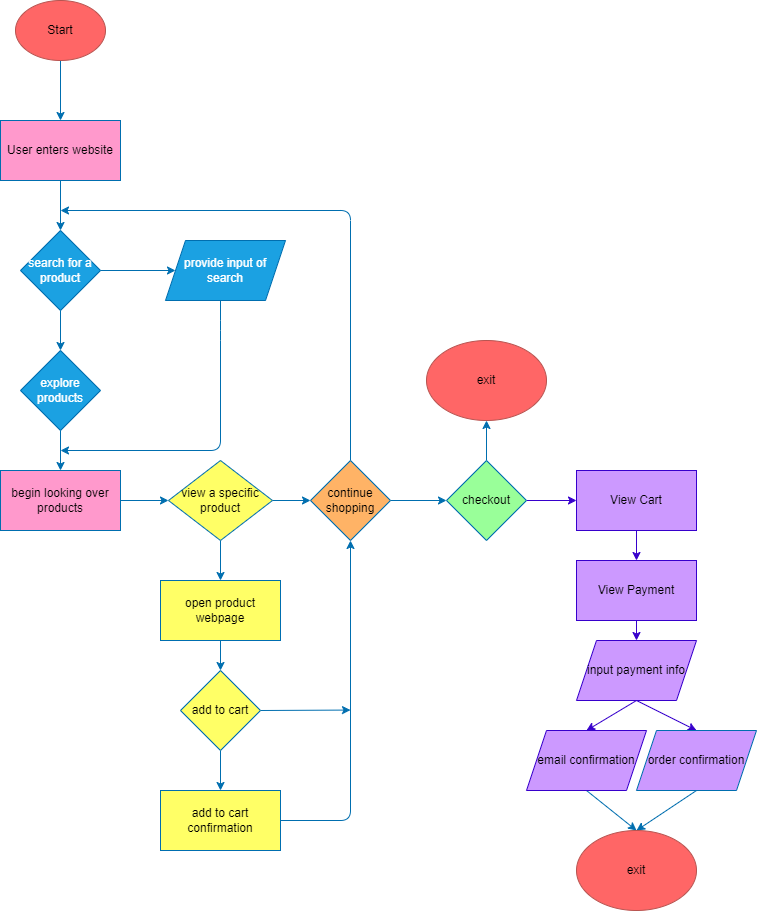
The draw.io diagram explore/diagramming/diagram.drawio.png in kieraliz/sp24-cse110-lab4, before a commit. Source tidied: cells renumbered, new cells last; positions are measured from the earlier drawing's top-left corner, leaving out a move shared by most shapes.
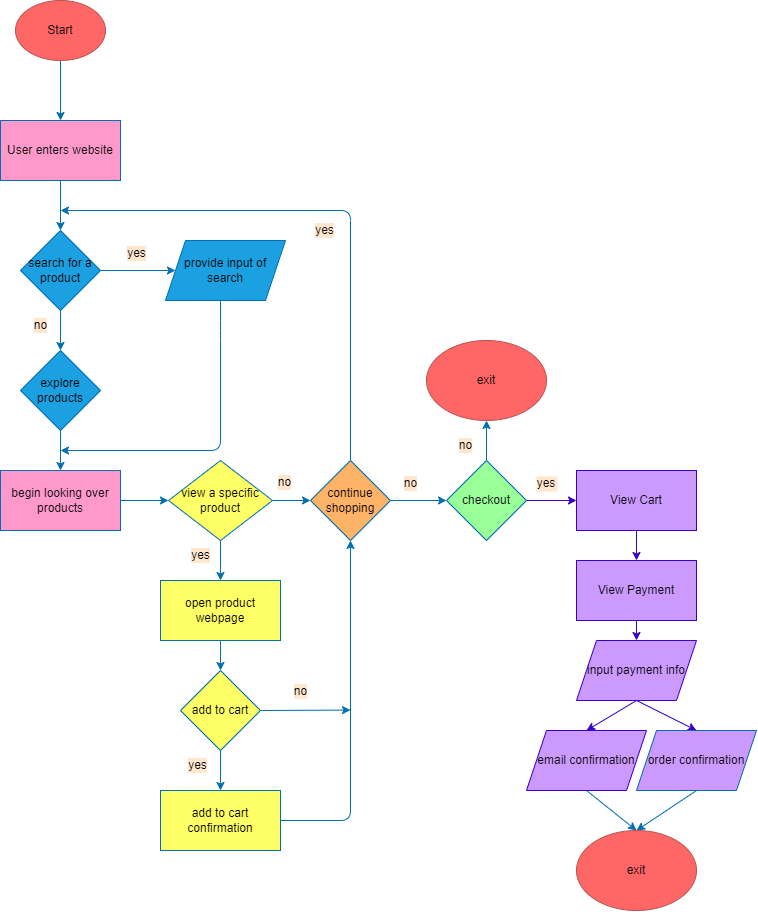
Later version of the same file.

Diff of the diagram source:
```diff
@@ -2,34 +2,34 @@
   <root>
     <mxCell id="0" />
     <mxCell id="1" parent="0" />
-    <mxCell id="2" style="edgeStyle=none;html=1;exitX=0.5;exitY=1;exitDx=0;exitDy=0;entryX=0.5;entryY=0;entryDx=0;entryDy=0;fillColor=#1ba1e2;strokeColor=#006EAF;" parent="1" edge="1" source="3" target="5">
+    <mxCell id="2" style="edgeStyle=none;html=1;exitX=0.5;exitY=1;exitDx=0;exitDy=0;entryX=0.5;entryY=0;entryDx=0;entryDy=0;fillColor=#1ba1e2;strokeColor=#006EAF;fontColor=#000000;" parent="1" edge="1" source="3" target="5">
       <mxGeometry relative="1" as="geometry" />
     </mxCell>
     <mxCell id="3" value="Start" style="ellipse;whiteSpace=wrap;html=1;fillColor=#FF6666;strokeColor=#b85450;fontColor=#000000;" parent="1" vertex="1">
       <mxGeometry x="15" width="90" height="60" as="geometry" />
     </mxCell>
-    <mxCell id="4" style="edgeStyle=none;html=1;exitX=0.5;exitY=1;exitDx=0;exitDy=0;entryX=0.5;entryY=0;entryDx=0;entryDy=0;fillColor=#1ba1e2;strokeColor=#006EAF;" parent="1" edge="1" source="5" target="8">
+    <mxCell id="4" style="edgeStyle=none;html=1;exitX=0.5;exitY=1;exitDx=0;exitDy=0;entryX=0.5;entryY=0;entryDx=0;entryDy=0;fillColor=#1ba1e2;strokeColor=#006EAF;fontColor=#000000;" parent="1" edge="1" source="5" target="8">
       <mxGeometry relative="1" as="geometry" />
     </mxCell>
     <mxCell id="5" value="User enters website" style="rounded=0;whiteSpace=wrap;html=1;fillColor=#FF99CC;fontColor=#000000;strokeColor=#006EAF;" parent="1" vertex="1">
       <mxGeometry y="120" width="120" height="60" as="geometry" />
     </mxCell>
-    <mxCell id="6" style="edgeStyle=none;html=1;exitX=0.5;exitY=1;exitDx=0;exitDy=0;entryX=0.5;entryY=0;entryDx=0;entryDy=0;fillColor=#1ba1e2;strokeColor=#006EAF;" parent="1" edge="1" source="8" target="10">
+    <mxCell id="6" style="edgeStyle=none;html=1;exitX=0.5;exitY=1;exitDx=0;exitDy=0;entryX=0.5;entryY=0;entryDx=0;entryDy=0;fillColor=#1ba1e2;strokeColor=#006EAF;fontColor=#000000;" parent="1" edge="1" source="8" target="10">
       <mxGeometry relative="1" as="geometry" />
     </mxCell>
-    <mxCell id="7" style="edgeStyle=none;html=1;exitX=1;exitY=0.5;exitDx=0;exitDy=0;entryX=0;entryY=0.5;entryDx=0;entryDy=0;fillColor=#1ba1e2;strokeColor=#006EAF;" parent="1" edge="1" source="8" target="49">
+    <mxCell id="7" style="edgeStyle=none;html=1;exitX=1;exitY=0.5;exitDx=0;exitDy=0;entryX=0;entryY=0.5;entryDx=0;entryDy=0;fillColor=#1ba1e2;strokeColor=#006EAF;fontColor=#000000;" parent="1" edge="1" source="8" target="49">
       <mxGeometry relative="1" as="geometry" />
     </mxCell>
-    <mxCell id="8" value="search for a product" style="rhombus;whiteSpace=wrap;html=1;fillColor=#1ba1e2;fontColor=#ffffff;strokeColor=#006EAF;" parent="1" vertex="1">
+    <mxCell id="8" value="search for a product" style="rhombus;whiteSpace=wrap;html=1;fillColor=#1ba1e2;fontColor=#000000;strokeColor=#006EAF;" parent="1" vertex="1">
       <mxGeometry x="20" y="230" width="80" height="80" as="geometry" />
     </mxCell>
-    <mxCell id="9" style="edgeStyle=none;html=1;exitX=0.5;exitY=1;exitDx=0;exitDy=0;entryX=0.5;entryY=0;entryDx=0;entryDy=0;fillColor=#1ba1e2;strokeColor=#006EAF;" parent="1" edge="1" source="10" target="14">
+    <mxCell id="9" style="edgeStyle=none;html=1;exitX=0.5;exitY=1;exitDx=0;exitDy=0;entryX=0.5;entryY=0;entryDx=0;entryDy=0;fillColor=#1ba1e2;strokeColor=#006EAF;fontColor=#000000;" parent="1" edge="1" source="10" target="14">
       <mxGeometry relative="1" as="geometry" />
     </mxCell>
-    <mxCell id="10" value="explore products" style="rhombus;whiteSpace=wrap;html=1;fillColor=#1ba1e2;fontColor=#ffffff;strokeColor=#006EAF;" parent="1" vertex="1">
+    <mxCell id="10" value="explore products" style="rhombus;whiteSpace=wrap;html=1;fillColor=#1ba1e2;fontColor=#000000;strokeColor=#006EAF;" parent="1" vertex="1">
       <mxGeometry x="20" y="350" width="80" height="80" as="geometry" />
     </mxCell>
-    <mxCell id="11" style="edgeStyle=none;html=1;exitX=0.5;exitY=1;exitDx=0;exitDy=0;fillColor=#1ba1e2;strokeColor=#006EAF;" parent="1" edge="1">
+    <mxCell id="11" style="edgeStyle=none;html=1;exitX=0.5;exitY=1;exitDx=0;exitDy=0;fillColor=#1ba1e2;strokeColor=#006EAF;fontColor=#000000;" parent="1" edge="1">
       <mxGeometry relative="1" as="geometry">
         <mxPoint x="220" y="300" as="sourcePoint" />
         <mxPoint x="60" y="450" as="targetPoint" />
@@ -39,34 +39,34 @@
         </Array>
       </mxGeometry>
     </mxCell>
-    <mxCell id="12" value="yes" style="text;html=1;align=center;verticalAlign=middle;strokeColor=none;fillColor=none;fontColor=#ffffff;" parent="1" vertex="1">
+    <mxCell id="12" value="yes" style="text;html=1;align=center;verticalAlign=middle;strokeColor=none;fillColor=none;fontColor=#000000;labelBackgroundColor=#FFE6CC;" parent="1" vertex="1">
       <mxGeometry x="116" y="238" width="40" height="30" as="geometry" />
     </mxCell>
-    <mxCell id="13" style="edgeStyle=none;html=1;exitX=1;exitY=0.5;exitDx=0;exitDy=0;entryX=0;entryY=0.5;entryDx=0;entryDy=0;fillColor=#1ba1e2;strokeColor=#006EAF;" parent="1" edge="1" source="14" target="17">
+    <mxCell id="13" style="edgeStyle=none;html=1;exitX=1;exitY=0.5;exitDx=0;exitDy=0;entryX=0;entryY=0.5;entryDx=0;entryDy=0;fillColor=#1ba1e2;strokeColor=#006EAF;fontColor=#000000;" parent="1" edge="1" source="14" target="17">
       <mxGeometry relative="1" as="geometry" />
     </mxCell>
     <mxCell id="14" value="begin looking over products" style="rounded=0;whiteSpace=wrap;html=1;fillColor=#FF99CC;fontColor=#000000;strokeColor=#006EAF;" parent="1" vertex="1">
       <mxGeometry y="470" width="120" height="60" as="geometry" />
     </mxCell>
-    <mxCell id="15" style="edgeStyle=none;html=1;exitX=0.5;exitY=1;exitDx=0;exitDy=0;fillColor=#1ba1e2;strokeColor=#006EAF;" parent="1" edge="1" source="17" target="20">
+    <mxCell id="15" style="edgeStyle=none;html=1;exitX=0.5;exitY=1;exitDx=0;exitDy=0;fillColor=#1ba1e2;strokeColor=#006EAF;fontColor=#000000;" parent="1" edge="1" source="17" target="20">
       <mxGeometry relative="1" as="geometry" />
     </mxCell>
-    <mxCell id="16" style="edgeStyle=none;html=1;exitX=1;exitY=0.5;exitDx=0;exitDy=0;entryX=0;entryY=0.5;entryDx=0;entryDy=0;fillColor=#1ba1e2;strokeColor=#006EAF;" parent="1" edge="1" source="17" target="41">
+    <mxCell id="16" style="edgeStyle=none;html=1;exitX=1;exitY=0.5;exitDx=0;exitDy=0;entryX=0;entryY=0.5;entryDx=0;entryDy=0;fillColor=#1ba1e2;strokeColor=#006EAF;fontColor=#000000;" parent="1" edge="1" source="17" target="41">
       <mxGeometry relative="1" as="geometry" />
     </mxCell>
     <mxCell id="17" value="view a specific product" style="rhombus;whiteSpace=wrap;html=1;fillColor=#FFFF66;fontColor=#000000;strokeColor=#006EAF;" parent="1" vertex="1">
       <mxGeometry x="168" y="460" width="104" height="80" as="geometry" />
     </mxCell>
-    <mxCell id="18" value="no" style="text;html=1;align=center;verticalAlign=middle;strokeColor=none;fillColor=none;fontColor=#ffffff;" parent="1" vertex="1">
+    <mxCell id="18" value="no" style="text;html=1;align=center;verticalAlign=middle;strokeColor=none;fillColor=none;fontColor=#000000;labelBackgroundColor=#FFE6CC;" parent="1" vertex="1">
       <mxGeometry x="20" y="310" width="40" height="30" as="geometry" />
     </mxCell>
-    <mxCell id="19" style="edgeStyle=none;html=1;exitX=0.5;exitY=1;exitDx=0;exitDy=0;entryX=0.5;entryY=0;entryDx=0;entryDy=0;fillColor=#1ba1e2;strokeColor=#006EAF;" parent="1" edge="1" source="20" target="45">
+    <mxCell id="19" style="edgeStyle=none;html=1;exitX=0.5;exitY=1;exitDx=0;exitDy=0;entryX=0.5;entryY=0;entryDx=0;entryDy=0;fillColor=#1ba1e2;strokeColor=#006EAF;fontColor=#000000;" parent="1" edge="1" source="20" target="45">
       <mxGeometry relative="1" as="geometry" />
     </mxCell>
     <mxCell id="20" value="open product webpage" style="rounded=0;whiteSpace=wrap;html=1;fillColor=#FFFF66;fontColor=#000000;strokeColor=#006EAF;" parent="1" vertex="1">
       <mxGeometry x="160" y="580" width="120" height="60" as="geometry" />
     </mxCell>
-    <mxCell id="21" style="edgeStyle=none;html=1;exitX=0.5;exitY=0;exitDx=0;exitDy=0;entryX=0.5;entryY=1;entryDx=0;entryDy=0;fillColor=#1ba1e2;strokeColor=#006EAF;" parent="1" edge="1" source="23" target="24">
+    <mxCell id="21" style="edgeStyle=none;html=1;exitX=0.5;exitY=0;exitDx=0;exitDy=0;entryX=0.5;entryY=1;entryDx=0;entryDy=0;fillColor=#1ba1e2;strokeColor=#006EAF;fontColor=#000000;" parent="1" edge="1" source="23" target="24">
       <mxGeometry relative="1" as="geometry" />
     </mxCell>
     <mxCell id="22" style="edgeStyle=none;html=1;exitX=1;exitY=0.5;exitDx=0;exitDy=0;entryX=0;entryY=0.5;entryDx=0;entryDy=0;fillColor=#CC99FF;strokeColor=#3700CC;fontColor=#000000;" parent="1" edge="1" source="23" target="27">
@@ -78,7 +78,7 @@
     <mxCell id="24" value="exit" style="ellipse;whiteSpace=wrap;html=1;fillColor=#FF6666;shadow=0;strokeColor=#b85450;fontColor=#000000;" parent="1" vertex="1">
       <mxGeometry x="426" y="340" width="120" height="80" as="geometry" />
     </mxCell>
-    <mxCell id="25" value="no" style="text;html=1;align=center;verticalAlign=middle;strokeColor=none;fillColor=none;fontColor=#ffffff;" parent="1" vertex="1">
+    <mxCell id="25" value="no" style="text;html=1;align=center;verticalAlign=middle;strokeColor=none;fillColor=none;fontColor=#000000;labelBackgroundColor=#FFE6CC;" parent="1" vertex="1">
       <mxGeometry x="445" y="430" width="40" height="30" as="geometry" />
     </mxCell>
     <mxCell id="26" style="edgeStyle=none;html=1;exitX=0.5;exitY=1;exitDx=0;exitDy=0;entryX=0.5;entryY=0;entryDx=0;entryDy=0;fillColor=#CC99FF;strokeColor=#3700CC;fontColor=#000000;" parent="1" edge="1" source="27" target="30">
@@ -87,7 +87,7 @@
     <mxCell id="27" value="View Cart" style="rounded=0;whiteSpace=wrap;html=1;fillColor=#CC99FF;fontColor=#000000;strokeColor=#3700CC;" parent="1" vertex="1">
       <mxGeometry x="576" y="470" width="120" height="60" as="geometry" />
     </mxCell>
-    <mxCell id="28" value="yes" style="text;align=center;verticalAlign=middle;strokeColor=none;fillColor=none;fontColor=#FFFFFF;" parent="1" vertex="1">
+    <mxCell id="28" value="yes" style="text;align=center;verticalAlign=middle;strokeColor=none;fillColor=none;fontColor=#000000;labelBackgroundColor=#FFE6CC;" parent="1" vertex="1">
       <mxGeometry x="526" y="467" width="40" height="30" as="geometry" />
     </mxCell>
     <mxCell id="29" style="edgeStyle=none;html=1;entryX=0.5;entryY=0;entryDx=0;entryDy=0;fillColor=#CC99FF;strokeColor=#3700CC;fontColor=#000000;" parent="1" edge="1" source="30">
@@ -107,13 +107,13 @@
     <mxCell id="33" value="input payment info" style="shape=parallelogram;perimeter=parallelogramPerimeter;whiteSpace=wrap;html=1;fixedSize=1;fillColor=#CC99FF;fontColor=#000000;strokeColor=#3700CC;" parent="1" vertex="1">
       <mxGeometry x="576" y="640" width="120" height="60" as="geometry" />
     </mxCell>
-    <mxCell id="34" style="edgeStyle=none;html=1;exitX=0.5;exitY=1;exitDx=0;exitDy=0;entryX=0.5;entryY=0;entryDx=0;entryDy=0;fillColor=#1ba1e2;strokeColor=#006EAF;" parent="1" edge="1" source="35" target="38">
+    <mxCell id="34" style="edgeStyle=none;html=1;exitX=0.5;exitY=1;exitDx=0;exitDy=0;entryX=0.5;entryY=0;entryDx=0;entryDy=0;fillColor=#1ba1e2;strokeColor=#006EAF;fontColor=#000000;" parent="1" edge="1" source="35" target="38">
       <mxGeometry relative="1" as="geometry" />
     </mxCell>
     <mxCell id="35" value="email confirmation" style="shape=parallelogram;perimeter=parallelogramPerimeter;whiteSpace=wrap;html=1;fixedSize=1;fillColor=#CC99FF;fontColor=#000000;strokeColor=#3700CC;" parent="1" vertex="1">
       <mxGeometry x="526" y="730" width="120" height="60" as="geometry" />
     </mxCell>
-    <mxCell id="36" style="edgeStyle=none;html=1;exitX=0.5;exitY=1;exitDx=0;exitDy=0;entryX=0.5;entryY=0;entryDx=0;entryDy=0;fillColor=#1ba1e2;strokeColor=#006EAF;" parent="1" edge="1" source="37" target="38">
+    <mxCell id="36" style="edgeStyle=none;html=1;exitX=0.5;exitY=1;exitDx=0;exitDy=0;entryX=0.5;entryY=0;entryDx=0;entryDy=0;fillColor=#1ba1e2;strokeColor=#006EAF;fontColor=#000000;" parent="1" edge="1" source="37" target="38">
       <mxGeometry relative="1" as="geometry" />
     </mxCell>
     <mxCell id="37" value="order confirmation" style="shape=parallelogram;perimeter=parallelogramPerimeter;whiteSpace=wrap;html=1;fixedSize=1;fillColor=#CC99FF;fontColor=#000000;strokeColor=#006EAF;" parent="1" vertex="1">
@@ -122,10 +122,10 @@
     <mxCell id="38" value="exit" style="ellipse;whiteSpace=wrap;html=1;fillColor=#FF6666;strokeColor=#b85450;fontColor=#000000;" parent="1" vertex="1">
       <mxGeometry x="576" y="830" width="120" height="80" as="geometry" />
     </mxCell>
-    <mxCell id="39" style="edgeStyle=none;html=1;exitX=1;exitY=0.5;exitDx=0;exitDy=0;entryX=0;entryY=0.5;entryDx=0;entryDy=0;fillColor=#1ba1e2;strokeColor=#006EAF;" parent="1" edge="1" source="41" target="23">
+    <mxCell id="39" style="edgeStyle=none;html=1;exitX=1;exitY=0.5;exitDx=0;exitDy=0;entryX=0;entryY=0.5;entryDx=0;entryDy=0;fillColor=#1ba1e2;strokeColor=#006EAF;fontColor=#000000;" parent="1" edge="1" source="41" target="23">
       <mxGeometry relative="1" as="geometry" />
     </mxCell>
-    <mxCell id="40" style="edgeStyle=none;html=1;exitX=0.5;exitY=0;exitDx=0;exitDy=0;fillColor=#1ba1e2;strokeColor=#006EAF;" parent="1" edge="1" source="41">
+    <mxCell id="40" style="edgeStyle=none;html=1;exitX=0.5;exitY=0;exitDx=0;exitDy=0;fillColor=#1ba1e2;strokeColor=#006EAF;fontColor=#000000;" parent="1" edge="1" source="41">
       <mxGeometry relative="1" as="geometry">
         <mxPoint x="60" y="210" as="targetPoint" />
         <Array as="points">
@@ -136,13 +136,13 @@
     <mxCell id="41" value="continue shopping" style="rhombus;whiteSpace=wrap;html=1;fillColor=#FFB366;fontColor=#000000;strokeColor=#006EAF;" parent="1" vertex="1">
       <mxGeometry x="310" y="460" width="80" height="80" as="geometry" />
     </mxCell>
-    <mxCell id="42" value="yes" style="text;html=1;align=center;verticalAlign=middle;strokeColor=none;fillColor=none;fontColor=#ffffff;" parent="1" vertex="1">
+    <mxCell id="42" value="yes" style="text;html=1;align=center;verticalAlign=middle;strokeColor=none;fillColor=none;fontColor=#000000;labelBackgroundColor=#FFE6CC;" parent="1" vertex="1">
       <mxGeometry x="180" y="540" width="40" height="30" as="geometry" />
     </mxCell>
-    <mxCell id="43" style="edgeStyle=none;html=1;exitX=0.5;exitY=1;exitDx=0;exitDy=0;entryX=0.5;entryY=0;entryDx=0;entryDy=0;fillColor=#1ba1e2;strokeColor=#006EAF;" parent="1" edge="1" source="45" target="47">
+    <mxCell id="43" style="edgeStyle=none;html=1;exitX=0.5;exitY=1;exitDx=0;exitDy=0;entryX=0.5;entryY=0;entryDx=0;entryDy=0;fillColor=#1ba1e2;strokeColor=#006EAF;fontColor=#000000;" parent="1" edge="1" source="45" target="47">
       <mxGeometry relative="1" as="geometry" />
     </mxCell>
-    <mxCell id="44" style="edgeStyle=none;html=1;exitX=1;exitY=0.5;exitDx=0;exitDy=0;fillColor=#1ba1e2;strokeColor=#006EAF;" parent="1" edge="1" source="45">
+    <mxCell id="44" style="edgeStyle=none;html=1;exitX=1;exitY=0.5;exitDx=0;exitDy=0;fillColor=#1ba1e2;strokeColor=#006EAF;fontColor=#000000;" parent="1" edge="1" source="45">
       <mxGeometry relative="1" as="geometry">
         <mxPoint x="350" y="709.6" as="targetPoint" />
       </mxGeometry>
@@ -150,7 +150,7 @@
     <mxCell id="45" value="add to cart" style="rhombus;whiteSpace=wrap;html=1;fillColor=#FFFF66;fontColor=#000000;strokeColor=#006EAF;" parent="1" vertex="1">
       <mxGeometry x="180" y="670" width="80" height="80" as="geometry" />
     </mxCell>
-    <mxCell id="46" style="edgeStyle=none;html=1;exitX=1;exitY=0.5;exitDx=0;exitDy=0;entryX=0.5;entryY=1;entryDx=0;entryDy=0;fillColor=#1ba1e2;strokeColor=#006EAF;" parent="1" edge="1" source="47" target="41">
+    <mxCell id="46" style="edgeStyle=none;html=1;exitX=1;exitY=0.5;exitDx=0;exitDy=0;entryX=0.5;entryY=1;entryDx=0;entryDy=0;fillColor=#1ba1e2;strokeColor=#006EAF;fontColor=#000000;" parent="1" edge="1" source="47" target="41">
       <mxGeometry relative="1" as="geometry">
         <Array as="points">
           <mxPoint x="350" y="820" />
@@ -160,22 +160,22 @@
     <mxCell id="47" value="add to cart confirmation" style="rounded=0;whiteSpace=wrap;html=1;fillColor=#FFFF66;fontColor=#000000;strokeColor=#006EAF;" parent="1" vertex="1">
       <mxGeometry x="160" y="790" width="120" height="60" as="geometry" />
     </mxCell>
-    <mxCell id="48" value="yes" style="text;html=1;align=center;verticalAlign=middle;strokeColor=none;fillColor=none;fontColor=#ffffff;" parent="1" vertex="1">
+    <mxCell id="48" value="yes" style="text;html=1;align=center;verticalAlign=middle;strokeColor=none;fillColor=none;fontColor=#000000;labelBackgroundColor=#FFE6CC;" parent="1" vertex="1">
       <mxGeometry x="177" y="750" width="40" height="30" as="geometry" />
     </mxCell>
-    <mxCell id="49" value="provide input of search" style="shape=parallelogram;perimeter=parallelogramPerimeter;whiteSpace=wrap;html=1;fixedSize=1;fillColor=#1ba1e2;fontColor=#ffffff;strokeColor=#006EAF;" parent="1" vertex="1">
+    <mxCell id="49" value="provide input of search" style="shape=parallelogram;perimeter=parallelogramPerimeter;whiteSpace=wrap;html=1;fixedSize=1;fillColor=#1ba1e2;fontColor=#000000;strokeColor=#006EAF;" parent="1" vertex="1">
       <mxGeometry x="165" y="240" width="120" height="60" as="geometry" />
     </mxCell>
-    <mxCell id="50" value="no" style="text;html=1;align=center;verticalAlign=middle;strokeColor=none;fillColor=none;fontColor=#ffffff;" parent="1" vertex="1">
+    <mxCell id="50" value="no" style="text;html=1;align=center;verticalAlign=middle;strokeColor=none;fillColor=none;fontColor=#000000;labelBackgroundColor=#FFE6CC;" parent="1" vertex="1">
       <mxGeometry x="264" y="467" width="40" height="30" as="geometry" />
     </mxCell>
-    <mxCell id="51" value="no" style="text;html=1;align=center;verticalAlign=middle;strokeColor=none;fillColor=none;fontColor=#ffffff;" parent="1" vertex="1">
+    <mxCell id="51" value="no" style="text;html=1;align=center;verticalAlign=middle;strokeColor=none;fillColor=none;fontColor=#000000;labelBackgroundColor=#FFE6CC;" parent="1" vertex="1">
       <mxGeometry x="280" y="676" width="40" height="30" as="geometry" />
     </mxCell>
-    <mxCell id="52" value="yes" style="text;html=1;align=center;verticalAlign=middle;strokeColor=none;fillColor=none;fontColor=#ffffff;" parent="1" vertex="1">
+    <mxCell id="52" value="yes" style="text;html=1;align=center;verticalAlign=middle;strokeColor=none;fillColor=none;fontColor=#000000;labelBackgroundColor=#FFE6CC;" parent="1" vertex="1">
       <mxGeometry x="304" y="215" width="40" height="30" as="geometry" />
     </mxCell>
-    <mxCell id="53" value="no" style="text;html=1;align=center;verticalAlign=middle;strokeColor=none;fillColor=none;fontColor=#ffffff;" parent="1" vertex="1">
+    <mxCell id="53" value="no" style="text;html=1;align=center;verticalAlign=middle;strokeColor=none;fillColor=none;fontColor=#000000;labelBackgroundColor=#FFE6CC;" parent="1" vertex="1">
       <mxGeometry x="390" y="468" width="40" height="30" as="geometry" />
     </mxCell>
   </root>
```
